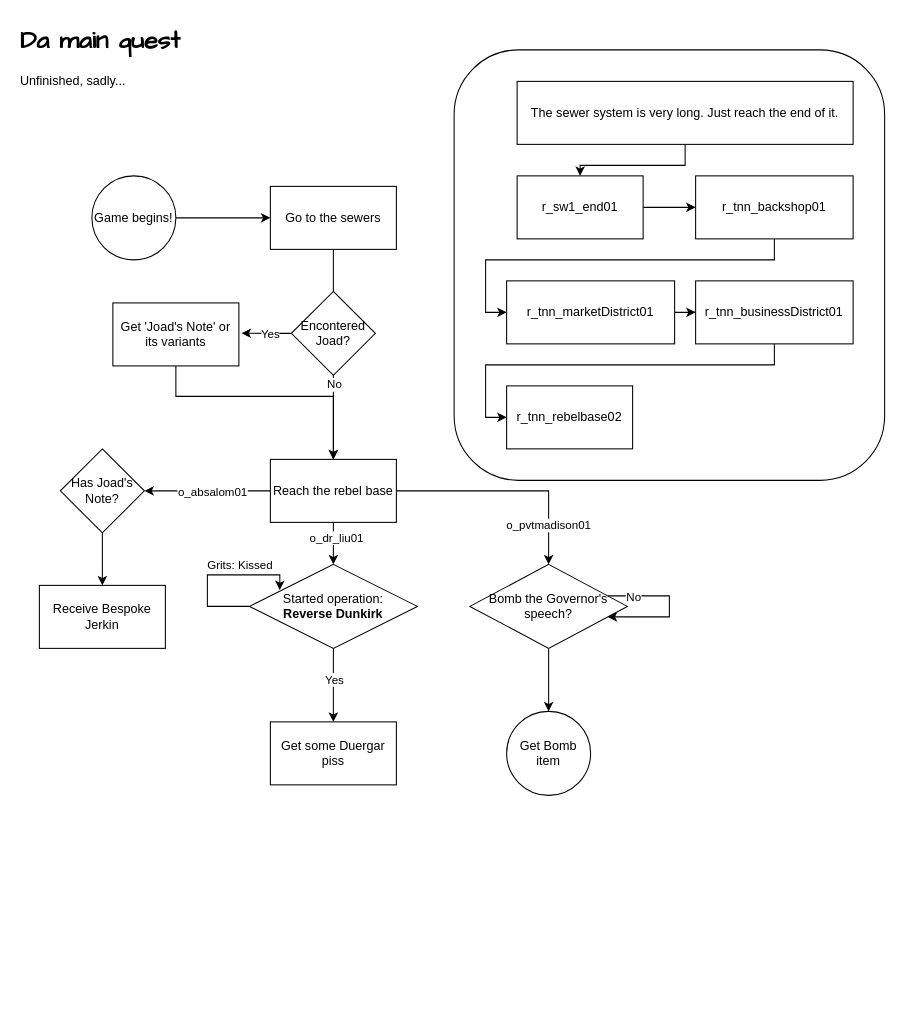
Above: misc/diagrams/main_quest.drawio in sanlor/Barkley2_Godot (draw.io), before the change. Source tidied: cells renumbered, new cells numbered last; positions are measured from the earlier drawing's top-left corner, leaving out a move shared by most shapes. Both pictures are drawn from the tidied source at 105%, with x=0, y=0 at pixel (18, 18).
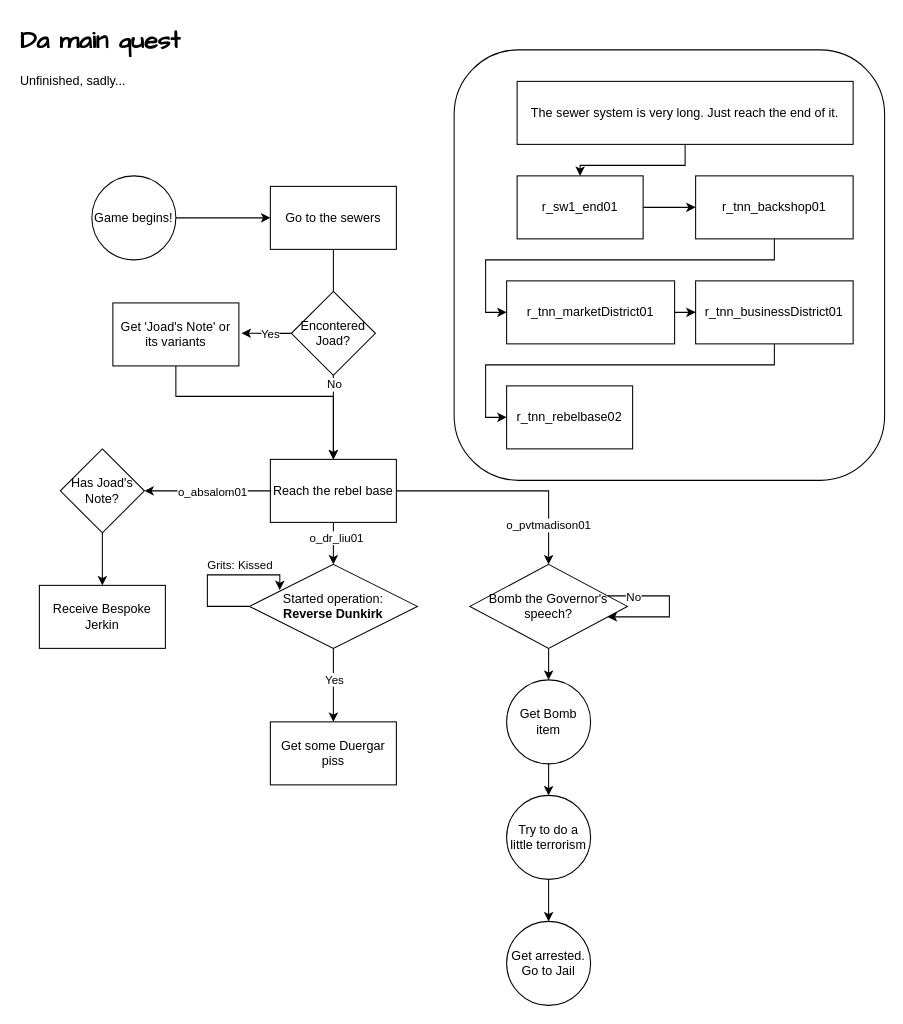
The same diagram, later.

The edit, as a diff of the source:
```diff
@@
+    <mxCell id="46" style="edgeStyle=orthogonalEdgeStyle;rounded=0;jettySize=auto;html=1;entryX=0.5;entryY=0;entryDx=0;entryDy=0;" parent="1" edge="1" source="45" target="48">
+      <mxGeometry relative="1" as="geometry" />
+    </mxCell>
     <mxCell id="45" value="Get Bomb item" style="ellipse;whiteSpace=wrap;html=1;" parent="1" vertex="1">
-      <mxGeometry x="465" y="660" width="80" height="80" as="geometry" />
+      <mxGeometry x="465" y="630" width="80" height="80" as="geometry" />
     </mxCell>
+    <mxCell id="47" style="edgeStyle=orthogonalEdgeStyle;rounded=0;jettySize=auto;html=1;entryX=0.5;entryY=0;entryDx=0;entryDy=0;" parent="1" edge="1" source="48" target="49">
+      <mxGeometry relative="1" as="geometry" />
+    </mxCell>
+    <mxCell id="48" value="Try to do a little terrorism" style="ellipse;whiteSpace=wrap;html=1;" parent="1" vertex="1">
+      <mxGeometry x="465" y="740" width="80" height="80" as="geometry" />
+    </mxCell>
+    <mxCell id="49" value="Get arrested. Go to Jail" style="ellipse;whiteSpace=wrap;html=1;" parent="1" vertex="1">
+      <mxGeometry x="465" y="860" width="80" height="80" as="geometry" />
+    </mxCell>
```
